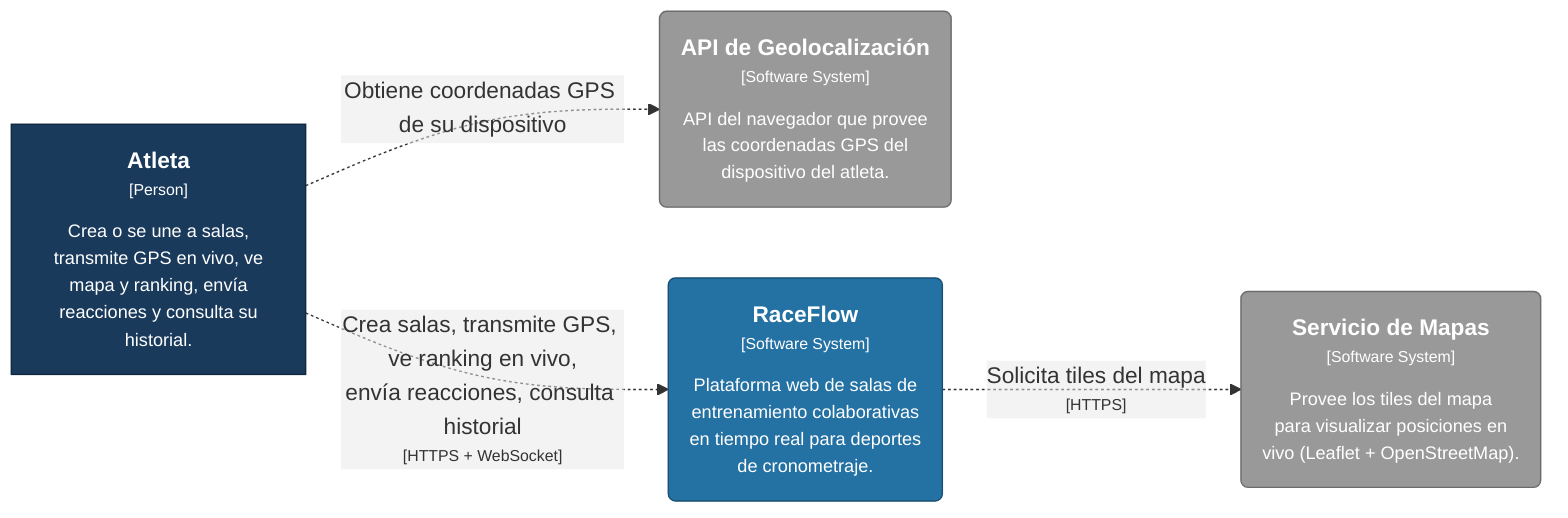
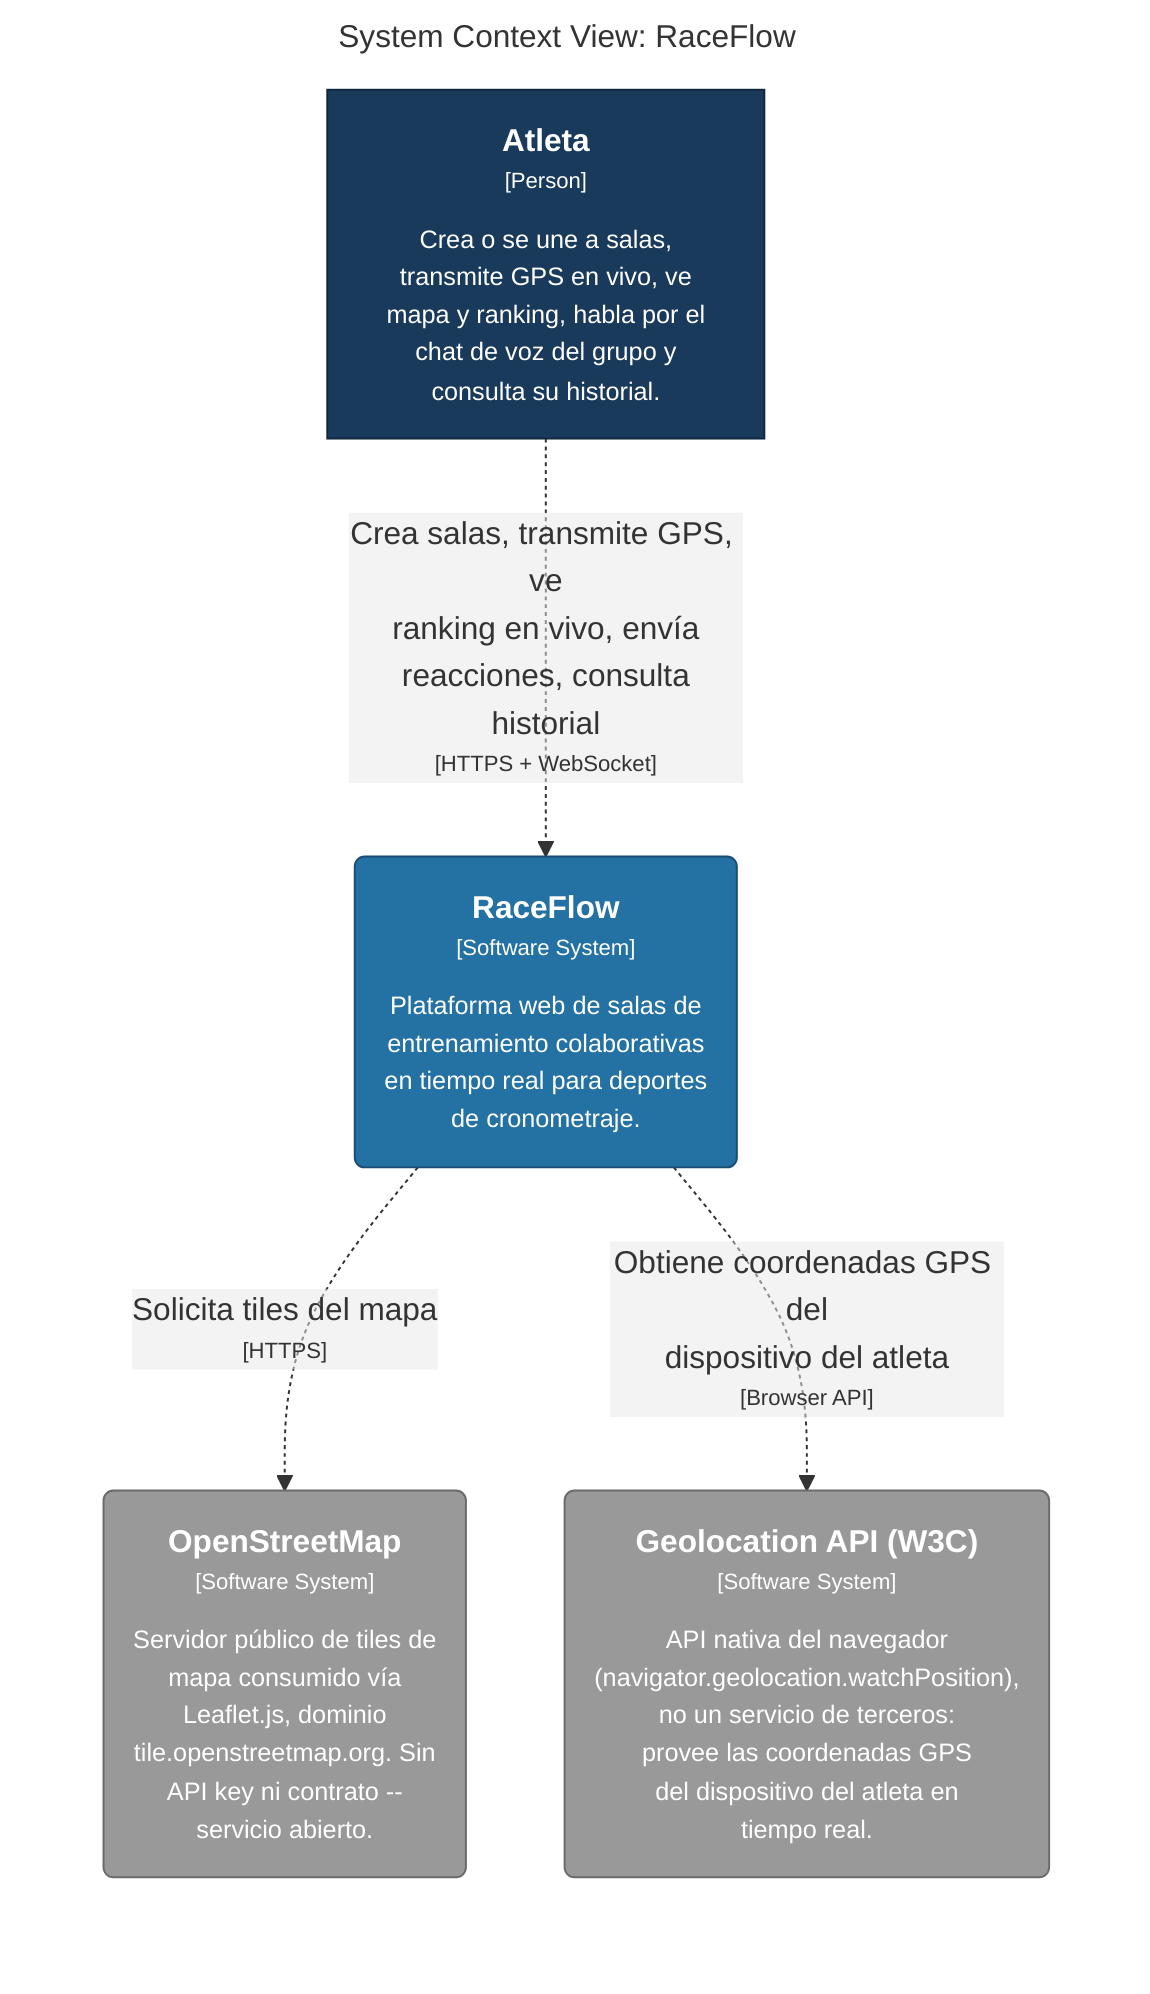
- flowchart LR
+ graph LR
  linkStyle default fill:#ffffff

-   1["<div style='font-weight: bold'>Atleta</div><div style='font-size: 70%; margin-top: 0px'>[Person]</div><div style='font-size: 80%; margin-top:10px'>Crea o se une a salas,<br />transmite GPS en vivo, ve<br />mapa y ranking, envía<br />reacciones y consulta su<br />historial.</div>"]
-   style 1 fill:#1a3a5c,stroke:#122840,color:#ffffff
+   subgraph diagram ["System Context View: RaceFlow"]
+     style diagram fill:#ffffff,stroke:#ffffff

-   4("<div style='font-weight: bold'>RaceFlow</div><div style='font-size: 70%; margin-top: 0px'>[Software System]</div><div style='font-size: 80%; margin-top:10px'>Plataforma web de salas de<br />entrenamiento colaborativas<br />en tiempo real para deportes<br />de cronometraje.</div>")
-   style 4 fill:#2471a3,stroke:#194f72,color:#ffffff
+     1["<div style='font-weight: bold'>Atleta</div><div style='font-size: 70%; margin-top: 0px'>[Person]</div><div style='font-size: 80%; margin-top:10px'>Crea o se une a salas,<br />transmite GPS en vivo, ve<br />mapa y ranking, habla por el<br />chat de voz del grupo y<br />consulta su historial.</div>"]
+     style 1 fill:#1a3a5c,stroke:#122840,color:#ffffff
+     2("<div style='font-weight: bold'>OpenStreetMap</div><div style='font-size: 70%; margin-top: 0px'>[Software System]</div><div style='font-size: 80%; margin-top:10px'>Servidor público de tiles de<br />mapa consumido vía<br />Leaflet.js, dominio<br />tile.openstreetmap.org. Sin<br />API key ni contrato --<br />servicio abierto.</div>")
+     style 2 fill:#999999,stroke:#6b6b6b,color:#ffffff
+     3("<div style='font-weight: bold'>Geolocation API (W3C)</div><div style='font-size: 70%; margin-top: 0px'>[Software System]</div><div style='font-size: 80%; margin-top:10px'>API nativa del navegador<br />(navigator.geolocation.watchPosition),<br />no un servicio de terceros:<br />provee las coordenadas GPS<br />del dispositivo del atleta en<br />tiempo real.</div>")
+     style 3 fill:#999999,stroke:#6b6b6b,color:#ffffff
+     4("<div style='font-weight: bold'>RaceFlow</div><div style='font-size: 70%; margin-top: 0px'>[Software System]</div><div style='font-size: 80%; margin-top:10px'>Plataforma web de salas de<br />entrenamiento colaborativas<br />en tiempo real para deportes<br />de cronometraje.</div>")
+     style 4 fill:#2471a3,stroke:#194f72,color:#ffffff

-   2("<div style='font-weight: bold'>Servicio de Mapas</div><div style='font-size: 70%; margin-top: 0px'>[Software System]</div><div style='font-size: 80%; margin-top:10px'>Provee los tiles del mapa<br />para visualizar posiciones en<br />vivo (Leaflet + OpenStreetMap).</div>")
-   style 2 fill:#999999,stroke:#6b6b6b,color:#ffffff
+     1-. "<div>Crea salas, transmite GPS, ve<br />ranking en vivo, envía<br />reacciones, consulta<br />historial</div><div style='font-size: 70%'>[HTTPS + WebSocket]</div>" .->4
+     4-. "<div>Solicita tiles del mapa</div><div style='font-size: 70%'>[HTTPS]</div>" .->2
+     4-. "<div>Obtiene coordenadas GPS del<br />dispositivo del atleta</div><div style='font-size: 70%'>[Browser API]</div>" .->3

-   3("<div style='font-weight: bold'>API de Geolocalización</div><div style='font-size: 70%; margin-top: 0px'>[Software System]</div><div style='font-size: 80%; margin-top:10px'>API del navegador que provee<br />las coordenadas GPS del<br />dispositivo del atleta.</div>")
-   style 3 fill:#999999,stroke:#6b6b6b,color:#ffffff
- 
-   1-. "<div>Crea salas, transmite GPS, ve ranking en vivo,<br />envía reacciones, consulta historial</div><div style='font-size: 70%'>[HTTPS + WebSocket]</div>" .->4
-   4-. "<div>Solicita tiles del mapa</div><div style='font-size: 70%'>[HTTPS]</div>" .->2
-   1-. "<div>Obtiene coordenadas GPS de su dispositivo</div>" .->3
+   end